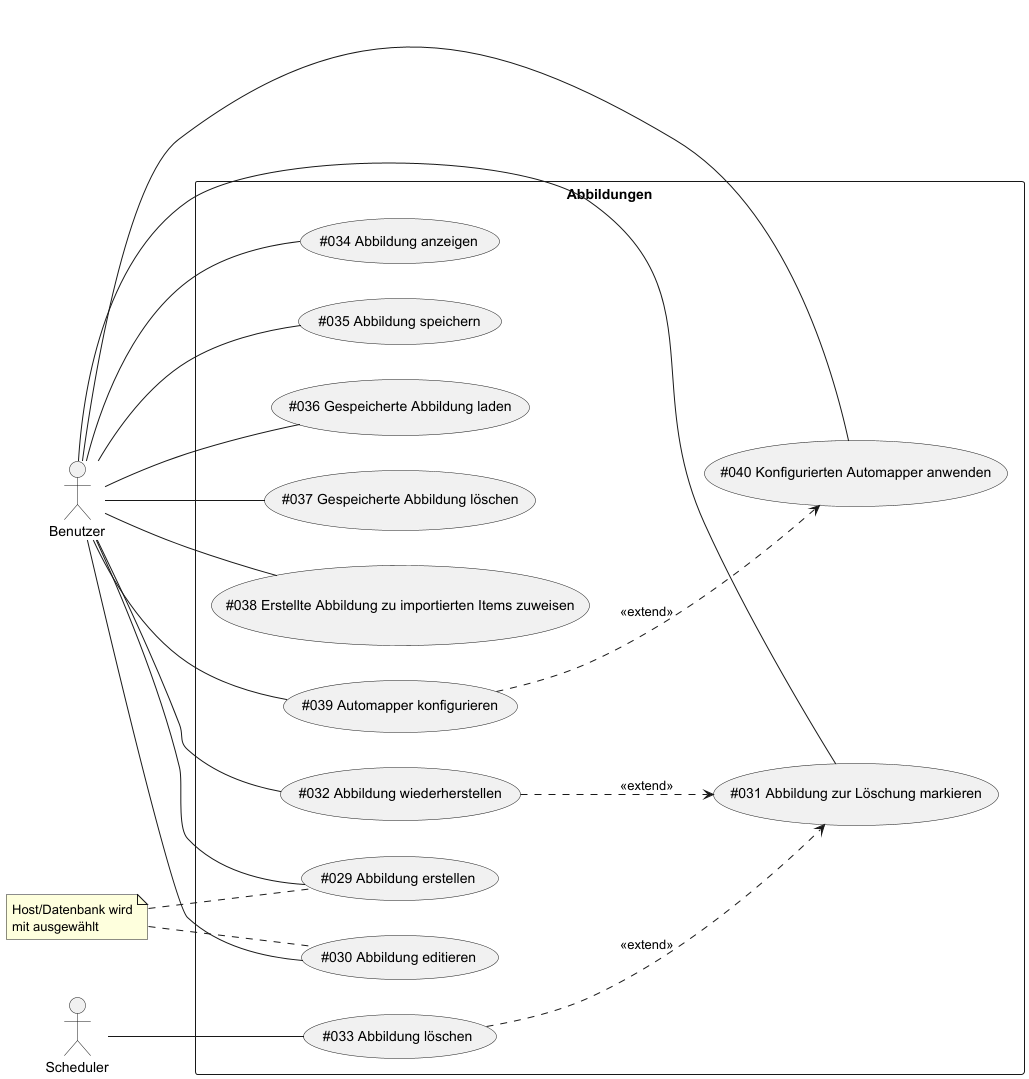
The PlantUML diagram data-integration-documentation/src/main/images/usecases/mappings.png in TuncerCatalkaya/data-integration, before a commit.
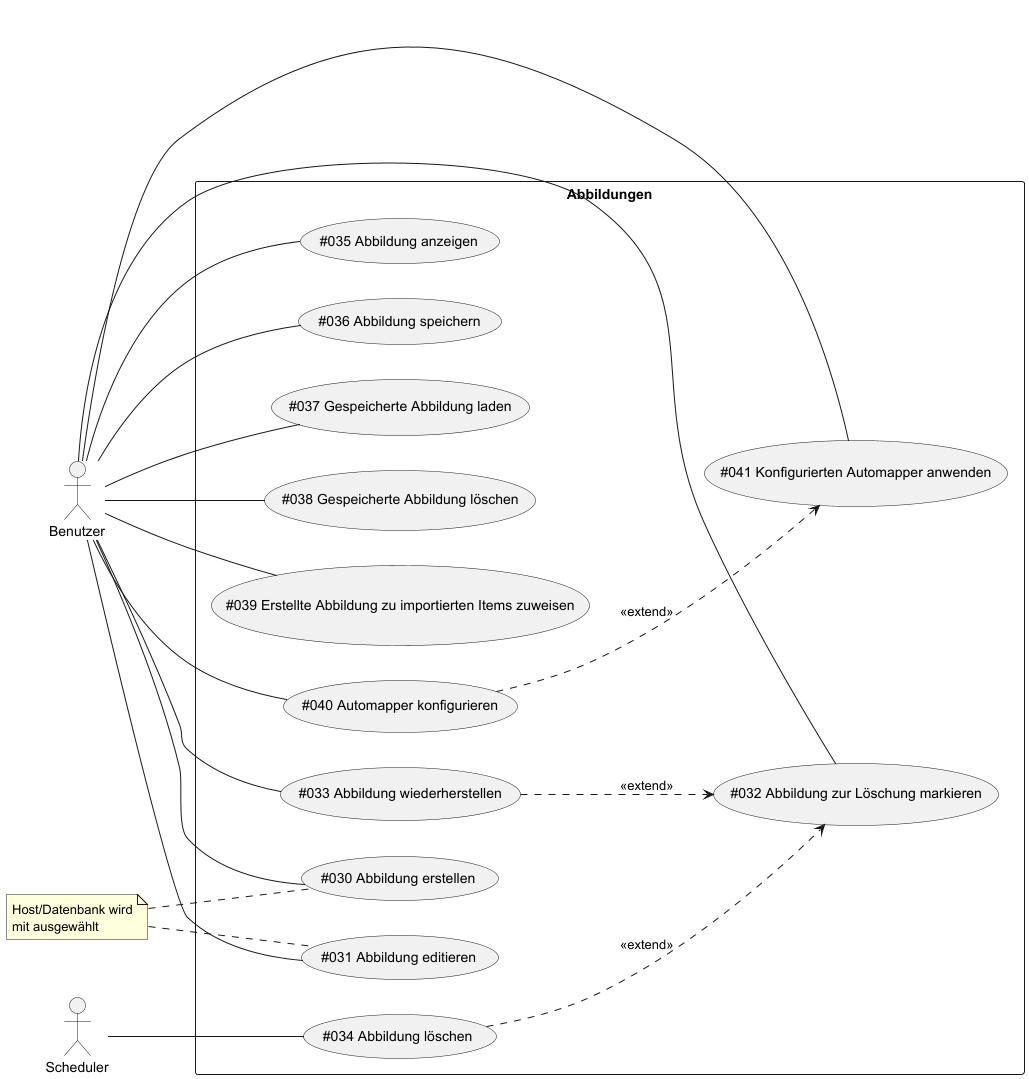
The same diagram one commit later.

Change to the diagram source:
```diff
@@ -5,41 +5,41 @@
 actor Scheduler as Actor2
 
 rectangle Abbildungen {
-    (#029 Abbildung erstellen) as (UC29)
-    (#030 Abbildung editieren) as (UC30)
-    (#031 Abbildung zur Löschung markieren) as (UC31)
-    (#032 Abbildung wiederherstellen) as (UC32)
-    (#033 Abbildung löschen) as (UC33)
-    (#034 Abbildung anzeigen) as (UC34)
-    (#035 Abbildung speichern) as (UC35)
-    (#036 Gespeicherte Abbildung laden) as (UC36)
-    (#037 Gespeicherte Abbildung löschen) as (UC37)
-    (#038 Erstellte Abbildung zu importierten Items zuweisen) as (UC38)
-    (#039 Automapper konfigurieren) as (UC39)
-    (#040 Konfigurierten Automapper anwenden) as (UC40)
+    (#030 Abbildung erstellen) as (UC30)
+    (#031 Abbildung editieren) as (UC31)
+    (#032 Abbildung zur Löschung markieren) as (UC32)
+    (#033 Abbildung wiederherstellen) as (UC33)
+    (#034 Abbildung löschen) as (UC34)
+    (#035 Abbildung anzeigen) as (UC35)
+    (#036 Abbildung speichern) as (UC36)
+    (#037 Gespeicherte Abbildung laden) as (UC37)
+    (#038 Gespeicherte Abbildung löschen) as (UC38)
+    (#039 Erstellte Abbildung zu importierten Items zuweisen) as (UC39)
+    (#040 Automapper konfigurieren) as (UC40)
+    (#041 Konfigurierten Automapper anwenden) as (UC41)
 }
 
 note "Host/Datenbank wird\nmit ausgewählt" as N1
 
-Actor2 -- (UC33)
+Actor2 -- (UC34)
 
-Actor1 -- (UC29)
 Actor1 -- (UC30)
 Actor1 -- (UC31)
 Actor1 -- (UC32)
-Actor1 -- (UC34)
+Actor1 -- (UC33)
 Actor1 -- (UC35)
 Actor1 -- (UC36)
 Actor1 -- (UC37)
 Actor1 -- (UC38)
 Actor1 -- (UC39)
 Actor1 -- (UC40)
+Actor1 -- (UC41)
 
-N1 .. (UC29)
 N1 .. (UC30)
+N1 .. (UC31)
 
-(UC33) ..> (UC31) : <<extend>>
-(UC32) ..> (UC31) : <<extend>>
-(UC39) ..> (UC40) : <<extend>>
+(UC34) ..> (UC32) : <<extend>>
+(UC33) ..> (UC32) : <<extend>>
+(UC40) ..> (UC41) : <<extend>>
 
 @enduml
```
